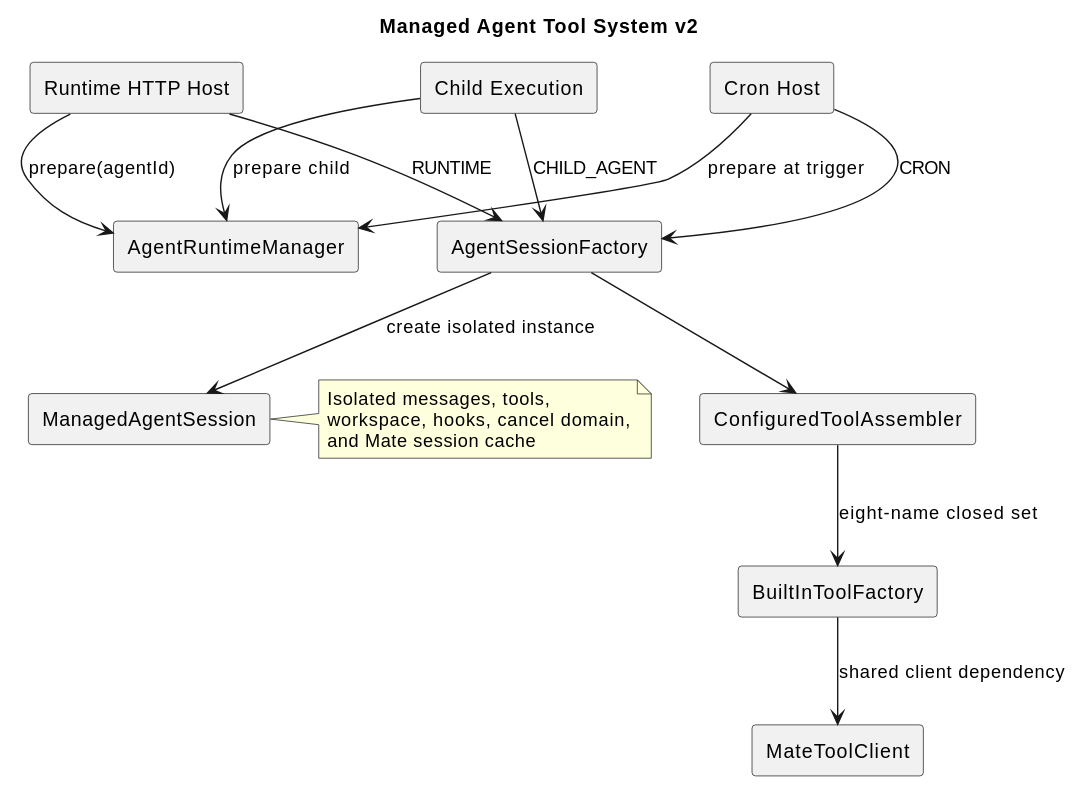
This is docs/designs/tool-system-v2/tool_system_architecture.svg from 2862282695gjh-afk/pi-mono-java, a PlantUML export, as it was before one commit. Source of this version:
```plantuml
@startuml
skinparam componentStyle rectangle
skinparam shadowing false
title Managed Agent Tool System v2

component "Runtime HTTP Host" as Runtime
component "Cron Host" as Cron
component "Child Execution" as Child
component "AgentSessionFactory" as Factory
component "ManagedAgentSession" as Session
component "ConfiguredToolAssembler" as Assembler
component "BuiltInToolFactory" as ToolFactory
component "AgentRuntimeManager" as RuntimeManager
component "MateToolClient" as Mate

Runtime --> RuntimeManager : prepare(agentId)
Cron --> RuntimeManager : prepare at trigger
Child --> RuntimeManager : prepare child
Runtime --> Factory : RUNTIME
Cron --> Factory : CRON
Child --> Factory : CHILD_AGENT
Factory --> Session : create isolated instance
Factory --> Assembler
Assembler --> ToolFactory : eight-name closed set
ToolFactory --> Mate : shared client dependency
note right of Session
  Isolated messages, tools,
  workspace, hooks, cancel domain,
  and Mate session cache
end note
@enduml
```
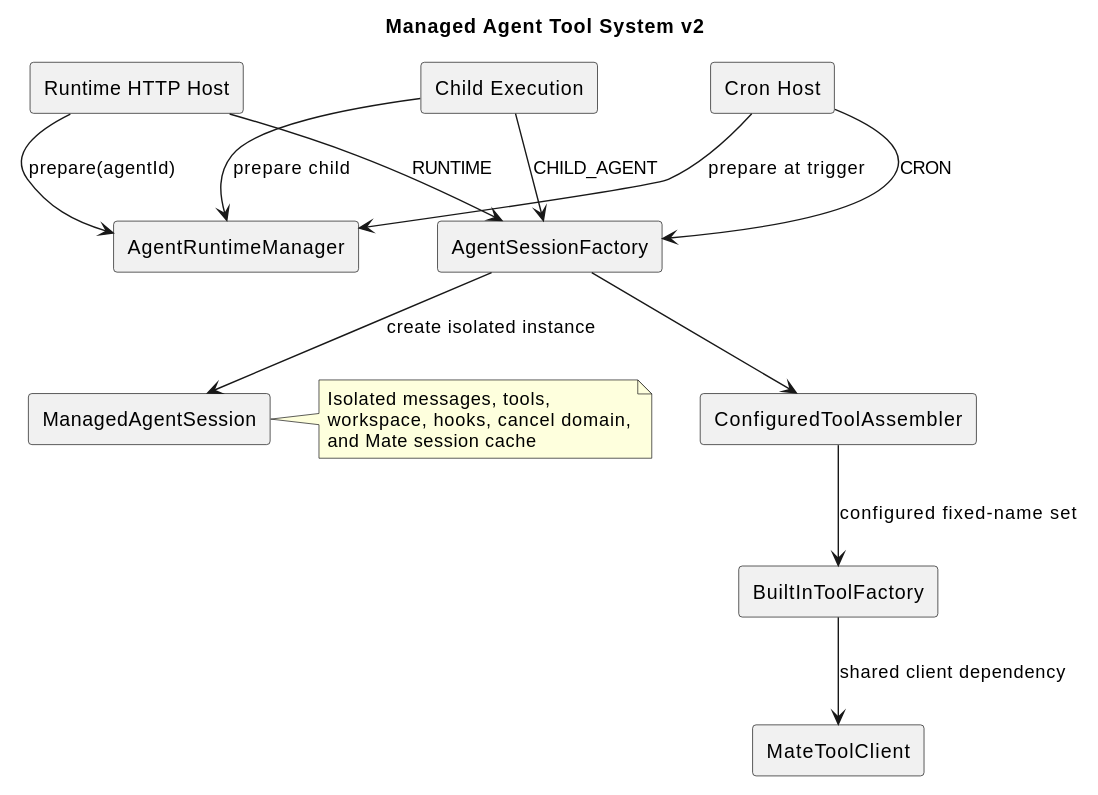
The same file after the commit.

What changed in the source:
```diff
@@ -21,7 +21,7 @@
 Child --> Factory : CHILD_AGENT
 Factory --> Session : create isolated instance
 Factory --> Assembler
-Assembler --> ToolFactory : eight-name closed set
+Assembler --> ToolFactory : configured fixed-name set
 ToolFactory --> Mate : shared client dependency
 note right of Session
   Isolated messages, tools,
```
